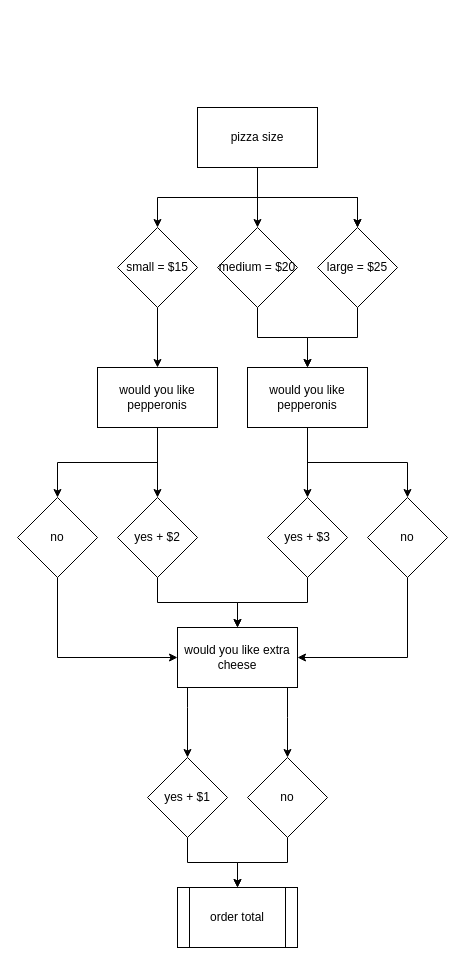
This is Python_training/Draw(dot)io/pizza_order.drawio from jongreg288/Program_Training, a draw.io file, before an edit. Source tidied: cells renumbered, new cells numbered last; positions are measured from the earlier drawing's top-left corner, leaving out a move shared by most shapes. Both pictures are drawn from the tidied source at 100%, with x=0, y=0 at pixel (17, 107).
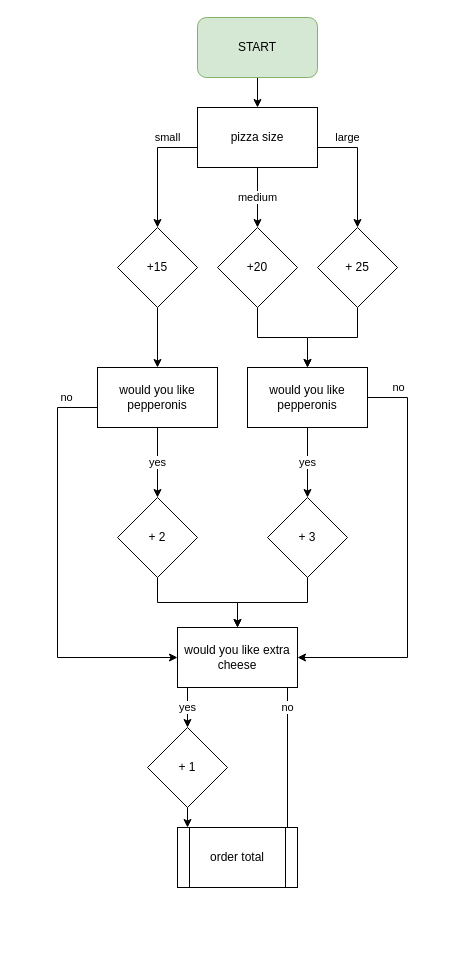
After the change.

Unchanged cells that the change refers to:
```xml
<mxCell id="6" value="pizza size" style="rounded=0;whiteSpace=wrap;html=1;" parent="1" vertex="1">
  <mxGeometry x="180" width="120" height="60" as="geometry" />
</mxCell>
<mxCell id="15" value="would you like pepperonis" style="whiteSpace=wrap;html=1;rounded=0;" parent="1" vertex="1">
  <mxGeometry x="230" y="260" width="120" height="60" as="geometry" />
</mxCell>
<mxCell id="20" value="would you like pepperonis" style="whiteSpace=wrap;html=1;rounded=0;" parent="1" vertex="1">
  <mxGeometry x="80" y="260" width="120" height="60" as="geometry" />
</mxCell>
<mxCell id="25" value="would you like extra cheese" style="whiteSpace=wrap;html=1;rounded=0;" parent="1" vertex="1">
  <mxGeometry x="160" y="520" width="120" height="60" as="geometry" />
</mxCell>
```

The edit, as a diff of the source:
```diff
@@
-    <mxCell id="2" style="edgeStyle=orthogonalEdgeStyle;rounded=0;jettySize=auto;html=1;" parent="1" edge="1" source="6" target="8">
-      <mxGeometry relative="1" as="geometry" />
-    </mxCell>
-    <mxCell id="3" style="edgeStyle=orthogonalEdgeStyle;rounded=0;jettySize=auto;html=1;" parent="1" edge="1" source="6" target="8">
-      <mxGeometry relative="1" as="geometry" />
+    <mxCell id="3" value="large" style="edgeStyle=orthogonalEdgeStyle;rounded=0;jettySize=auto;html=1;" parent="1" edge="1" source="6" target="8">
+      <mxGeometry x="-0.5" y="10" relative="1" as="geometry">
+        <Array as="points">
+          <mxPoint x="340" y="40" />
+        </Array>
+      </mxGeometry>
     </mxCell>
-    <mxCell id="4" style="edgeStyle=orthogonalEdgeStyle;rounded=0;jettySize=auto;html=1;" parent="1" edge="1" source="6" target="10">
-      <mxGeometry relative="1" as="geometry" />
+    <mxCell id="4" value="small" style="edgeStyle=orthogonalEdgeStyle;rounded=0;jettySize=auto;html=1;" parent="1" edge="1" source="6" target="10">
+      <mxGeometry x="-0.5" y="-10" relative="1" as="geometry">
+        <Array as="points">
+          <mxPoint x="140" y="40" />
+        </Array>
+      </mxGeometry>
     </mxCell>
-    <mxCell id="5" style="edgeStyle=orthogonalEdgeStyle;rounded=0;jettySize=auto;html=1;" parent="1" edge="1" source="6" target="12">
+    <mxCell id="5" value="medium" style="edgeStyle=orthogonalEdgeStyle;rounded=0;jettySize=auto;html=1;" parent="1" edge="1" source="6" target="12">
       <mxGeometry relative="1" as="geometry" />
     </mxCell>
@@
-    <mxCell id="8" value="large = $25" style="rhombus;whiteSpace=wrap;html=1;rounded=0;direction=south;" parent="1" vertex="1">
+    <mxCell id="8" value="+ 25" style="rhombus;whiteSpace=wrap;html=1;rounded=0;direction=south;" parent="1" vertex="1">
       <mxGeometry x="300" y="120" width="80" height="80" as="geometry" />
     </mxCell>
@@
-    <mxCell id="10" value="small = $15" style="rhombus;whiteSpace=wrap;html=1;rounded=0;" parent="1" vertex="1">
+    <mxCell id="10" value="+15" style="rhombus;whiteSpace=wrap;html=1;rounded=0;" parent="1" vertex="1">
       <mxGeometry x="100" y="120" width="80" height="80" as="geometry" />
     </mxCell>
@@
-    <mxCell id="12" value="medium = $20" style="rhombus;whiteSpace=wrap;html=1;rounded=0;" parent="1" vertex="1">
+    <mxCell id="12" value="+20" style="rhombus;whiteSpace=wrap;html=1;rounded=0;" parent="1" vertex="1">
       <mxGeometry x="200" y="120" width="80" height="80" as="geometry" />
     </mxCell>
-    <mxCell id="13" style="edgeStyle=orthogonalEdgeStyle;rounded=0;jettySize=auto;html=1;" parent="1" edge="1" source="15" target="17">
+    <mxCell id="13" value="yes" style="edgeStyle=orthogonalEdgeStyle;rounded=0;jettySize=auto;html=1;" parent="1" edge="1" source="15" target="17">
       <mxGeometry relative="1" as="geometry" />
     </mxCell>
-    <mxCell id="14" style="edgeStyle=orthogonalEdgeStyle;rounded=0;jettySize=auto;html=1;" parent="1" edge="1" source="15" target="29">
-      <mxGeometry relative="1" as="geometry" />
+    <mxCell id="14" value="no" style="edgeStyle=orthogonalEdgeStyle;rounded=0;jettySize=auto;html=1;entryX=1;entryY=0.5;entryDx=0;entryDy=0;" parent="1" edge="1" source="15" target="25">
+      <mxGeometry x="-0.85" y="10" relative="1" as="geometry">
+        <Array as="points">
+          <mxPoint x="390" y="290" />
+          <mxPoint x="390" y="550" />
+        </Array>
+      </mxGeometry>
     </mxCell>
@@
-    <mxCell id="17" value="yes + $3" style="rhombus;whiteSpace=wrap;html=1;rounded=0;" parent="1" vertex="1">
+    <mxCell id="17" value="+ 3" style="rhombus;whiteSpace=wrap;html=1;rounded=0;" parent="1" vertex="1">
       <mxGeometry x="250" y="390" width="80" height="80" as="geometry" />
     </mxCell>
-    <mxCell id="18" style="edgeStyle=orthogonalEdgeStyle;rounded=0;jettySize=auto;html=1;" parent="1" edge="1" source="20" target="22">
+    <mxCell id="18" value="yes" style="edgeStyle=orthogonalEdgeStyle;rounded=0;jettySize=auto;html=1;" parent="1" edge="1" source="20" target="22">
       <mxGeometry relative="1" as="geometry" />
     </mxCell>
-    <mxCell id="19" style="edgeStyle=orthogonalEdgeStyle;rounded=0;jettySize=auto;html=1;" parent="1" edge="1" source="20" target="31">
-      <mxGeometry relative="1" as="geometry" />
+    <mxCell id="19" value="no" style="edgeStyle=orthogonalEdgeStyle;rounded=0;jettySize=auto;html=1;entryX=0;entryY=0.5;entryDx=0;entryDy=0;" parent="1" edge="1" source="20" target="25">
+      <mxGeometry x="-0.85" y="-10" relative="1" as="geometry">
+        <Array as="points">
+          <mxPoint x="40" y="300" />
+          <mxPoint x="40" y="550" />
+        </Array>
+      </mxGeometry>
     </mxCell>
@@
-    <mxCell id="22" value="yes + $2" style="rhombus;whiteSpace=wrap;html=1;rounded=0;" parent="1" vertex="1">
+    <mxCell id="22" value="+ 2" style="rhombus;whiteSpace=wrap;html=1;rounded=0;" parent="1" vertex="1">
       <mxGeometry x="100" y="390" width="80" height="80" as="geometry" />
     </mxCell>
-    <mxCell id="23" style="edgeStyle=orthogonalEdgeStyle;rounded=0;jettySize=auto;html=1;" parent="1" edge="1" source="25" target="27">
+    <mxCell id="23" value="yes" style="edgeStyle=orthogonalEdgeStyle;rounded=0;jettySize=auto;html=1;" parent="1" edge="1" source="25" target="27">
       <mxGeometry relative="1" as="geometry">
         <Array as="points">
           <mxPoint x="170" y="600" />
           <mxPoint x="170" y="600" />
         </Array>
       </mxGeometry>
     </mxCell>
-    <mxCell id="24" style="edgeStyle=orthogonalEdgeStyle;rounded=0;jettySize=auto;html=1;entryX=0.5;entryY=0;entryDx=0;entryDy=0;" parent="1" edge="1" source="25" target="33">
-      <mxGeometry relative="1" as="geometry">
-        <Array as="points">
-          <mxPoint x="270" y="610" />
-          <mxPoint x="270" y="610" />
-        </Array>
+    <mxCell id="24" value="no" style="edgeStyle=orthogonalEdgeStyle;rounded=0;orthogonalLoop=1;jettySize=auto;html=1;" parent="1" edge="1">
+      <mxGeometry x="-0.8" relative="1" as="geometry">
+        <mxPoint x="270" y="580" as="sourcePoint" />
+        <mxPoint x="270" y="780" as="targetPoint" />
       </mxGeometry>
     </mxCell>
@@
+    <mxCell id="27" value="+ 1" style="rhombus;whiteSpace=wrap;html=1;rounded=0;" parent="1" vertex="1">
+      <mxGeometry x="130" y="620" width="80" height="80" as="geometry" />
+    </mxCell>
+    <mxCell id="34" value="order total" style="shape=process;whiteSpace=wrap;html=1;backgroundOutline=1;" parent="1" vertex="1">
+      <mxGeometry x="160" y="720" width="120" height="60" as="geometry" />
+    </mxCell>
+    <mxCell id="35" style="edgeStyle=orthogonalEdgeStyle;rounded=0;jettySize=auto;html=1;" parent="1" edge="1" source="36" target="6">
+      <mxGeometry relative="1" as="geometry" />
+    </mxCell>
+    <mxCell id="36" value="START" style="rounded=1;whiteSpace=wrap;html=1;fillColor=#d5e8d4;strokeColor=#82b366;" parent="1" vertex="1">
+      <mxGeometry x="180" y="-90" width="120" height="60" as="geometry" />
+    </mxCell>
-    <mxCell id="26" style="edgeStyle=orthogonalEdgeStyle;rounded=0;jettySize=auto;html=1;entryX=0.5;entryY=0;entryDx=0;entryDy=0;" parent="1" edge="1" source="27" target="34">
-      <mxGeometry relative="1" as="geometry" />
+    <mxCell id="26" style="edgeStyle=orthogonalEdgeStyle;rounded=0;jettySize=auto;html=1;" parent="1" edge="1" source="27" target="34">
+      <mxGeometry relative="1" as="geometry">
+        <Array as="points">
+          <mxPoint x="170" y="770" />
+          <mxPoint x="170" y="770" />
+        </Array>
+      </mxGeometry>
     </mxCell>
-    <mxCell id="27" value="yes + $1" style="rhombus;whiteSpace=wrap;html=1;rounded=0;" parent="1" vertex="1">
-      <mxGeometry x="130" y="650" width="80" height="80" as="geometry" />
-    </mxCell>
-    <mxCell id="28" style="edgeStyle=orthogonalEdgeStyle;rounded=0;jettySize=auto;html=1;entryX=1;entryY=0.5;entryDx=0;entryDy=0;" parent="1" edge="1" source="29" target="25">
-      <mxGeometry relative="1" as="geometry">
-        <Array as="points">
-          <mxPoint x="390" y="550" />
-        </Array>
-      </mxGeometry>
-    </mxCell>
-    <mxCell id="29" value="no" style="rhombus;whiteSpace=wrap;html=1;rounded=0;" parent="1" vertex="1">
-      <mxGeometry x="350" y="390" width="80" height="80" as="geometry" />
-    </mxCell>
-    <mxCell id="30" style="edgeStyle=orthogonalEdgeStyle;rounded=0;jettySize=auto;html=1;entryX=0;entryY=0.5;entryDx=0;entryDy=0;" parent="1" edge="1" source="31" target="25">
-      <mxGeometry relative="1" as="geometry">
-        <Array as="points">
-          <mxPoint x="40" y="550" />
-        </Array>
-      </mxGeometry>
-    </mxCell>
-    <mxCell id="31" value="no" style="rhombus;whiteSpace=wrap;html=1;rounded=0;" parent="1" vertex="1">
-      <mxGeometry y="390" width="80" height="80" as="geometry" />
-    </mxCell>
-    <mxCell id="32" style="edgeStyle=orthogonalEdgeStyle;rounded=0;jettySize=auto;html=1;entryX=0.5;entryY=0;entryDx=0;entryDy=0;" parent="1" edge="1" source="33" target="34">
-      <mxGeometry relative="1" as="geometry" />
-    </mxCell>
-    <mxCell id="33" value="no" style="rhombus;whiteSpace=wrap;html=1;" parent="1" vertex="1">
-      <mxGeometry x="230" y="650" width="80" height="80" as="geometry" />
-    </mxCell>
-    <mxCell id="34" value="order total" style="shape=process;whiteSpace=wrap;html=1;backgroundOutline=1;" parent="1" vertex="1">
-      <mxGeometry x="160" y="780" width="120" height="60" as="geometry" />
-    </mxCell>
```
